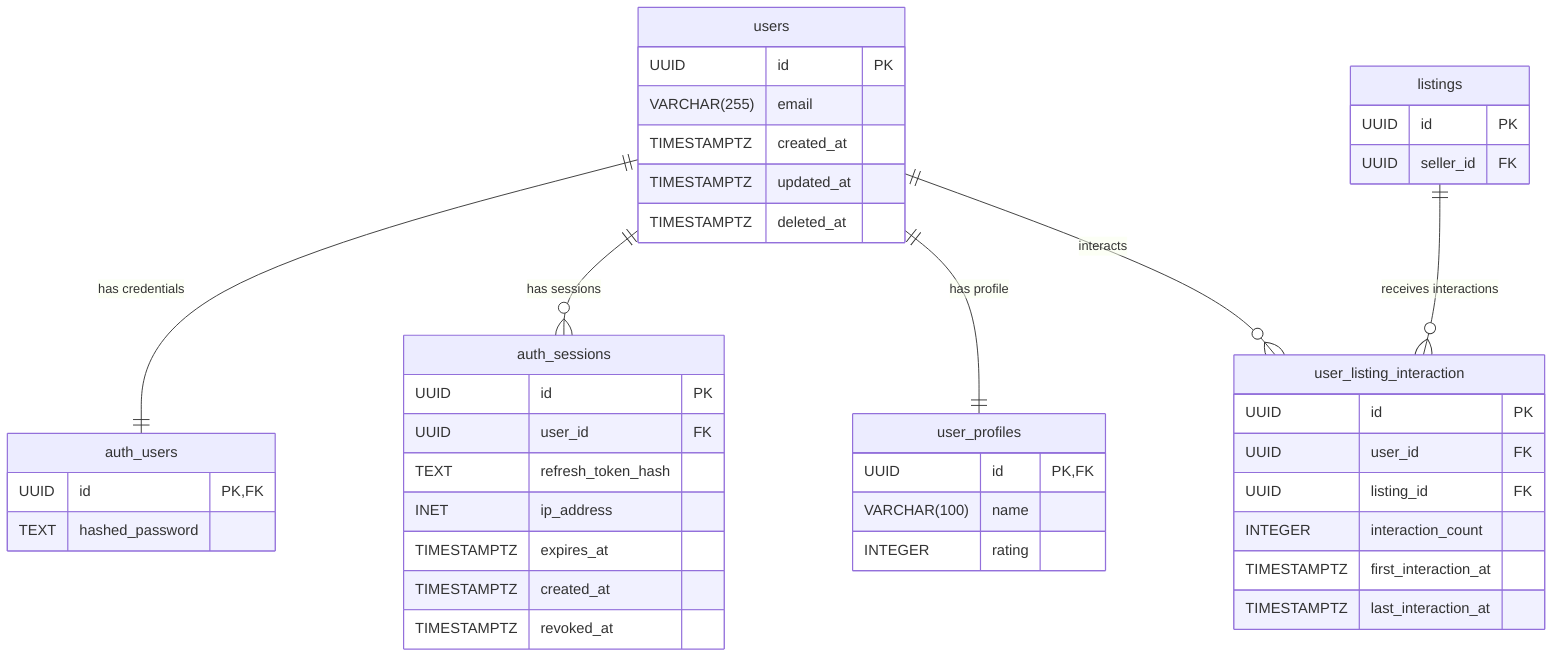
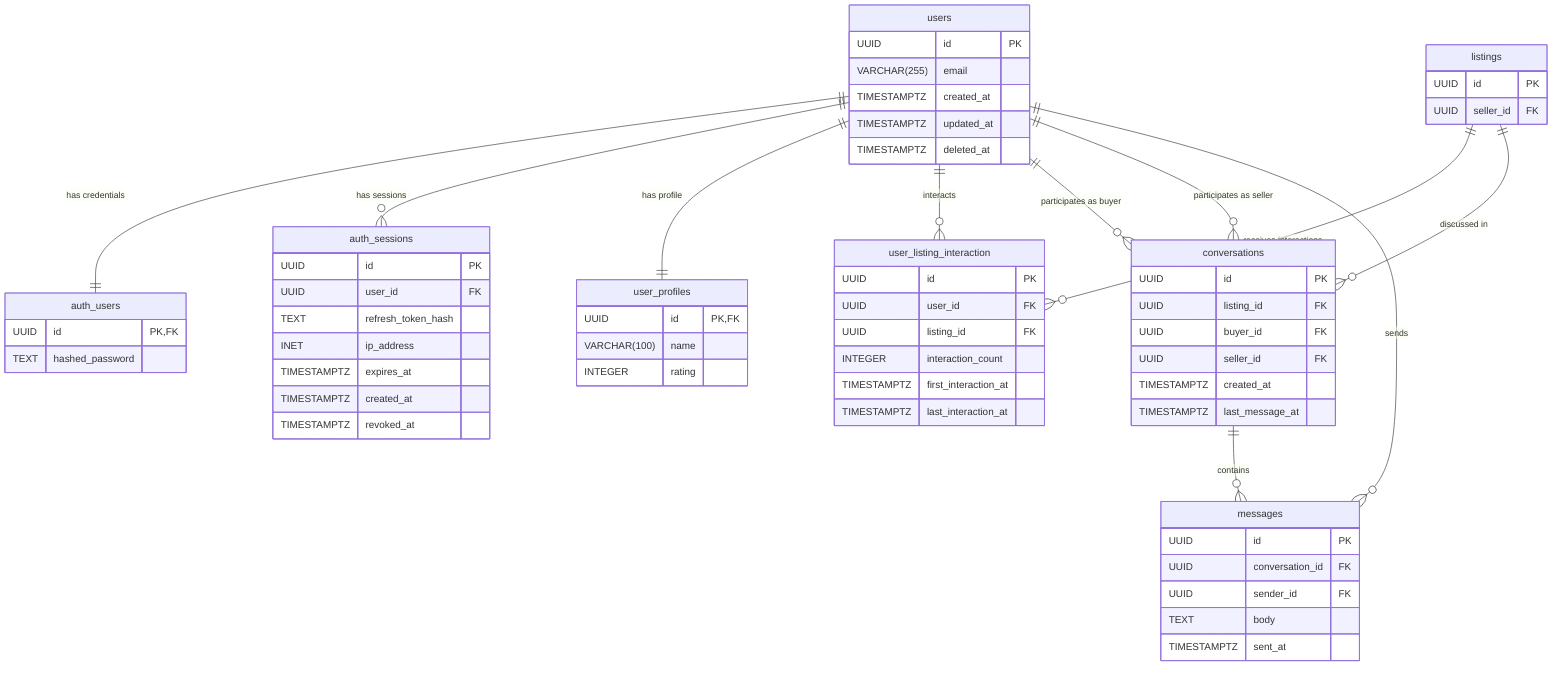
erDiagram

    users {
        UUID id PK
        VARCHAR(255) email
        TIMESTAMPTZ created_at
        TIMESTAMPTZ updated_at
        TIMESTAMPTZ deleted_at
    }

    auth_users {
        UUID id PK, FK
        TEXT hashed_password
    }

    auth_sessions {
        UUID id PK
        UUID user_id FK
        TEXT refresh_token_hash
        INET ip_address
        TIMESTAMPTZ expires_at
        TIMESTAMPTZ created_at
        TIMESTAMPTZ revoked_at
    }

    user_profiles {
        UUID id PK, FK
        VARCHAR(100) name
        INTEGER rating
    }

    listings {
        UUID id PK
        UUID seller_id FK
    }

    user_listing_interaction {
        UUID id PK
        UUID user_id FK
        UUID listing_id FK
        INTEGER interaction_count
        TIMESTAMPTZ first_interaction_at
        TIMESTAMPTZ last_interaction_at
    }

+     conversations {
+         UUID id PK
+         UUID listing_id FK
+         UUID buyer_id FK
+         UUID seller_id FK
+         TIMESTAMPTZ created_at
+         TIMESTAMPTZ last_message_at
+     }
+ 
+     messages {
+         UUID id PK
+         UUID conversation_id FK
+         UUID sender_id FK
+         TEXT body
+         TIMESTAMPTZ sent_at
+     }
+ 
    users ||--|| auth_users : "has credentials"
    users ||--o{ auth_sessions : "has sessions"
    users ||--|| user_profiles : "has profile"
    users ||--o{ user_listing_interaction : "interacts"
    listings ||--o{ user_listing_interaction : "receives interactions"
+     listings ||--o{ conversations : "discussed in"
+     users ||--o{ conversations : "participates as buyer"
+     users ||--o{ conversations : "participates as seller"
+     conversations ||--o{ messages : "contains"
+     users ||--o{ messages : "sends"
